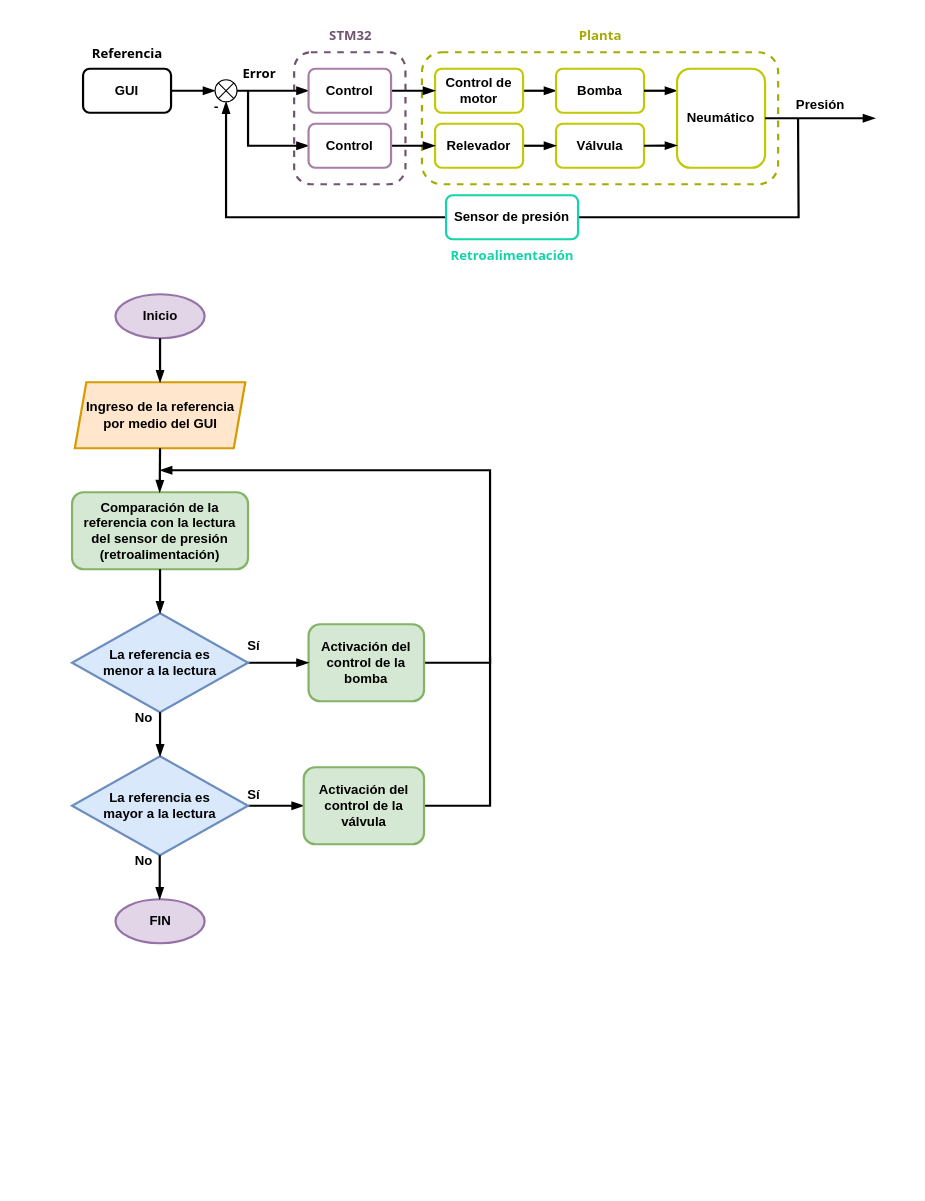
Before: Reto/Sistema de control y diagrama de flujo.drawio in GuillermoGJ03/Repo-Embebidos-Avanzados, a draw.io diagram. Source tidied: cells renumbered, new cells numbered last; positions are measured from the earlier drawing's top-left corner, leaving out a move shared by most shapes. Both pictures are drawn from the tidied source at 110%, with x=0, y=0 at pixel (72, 19).
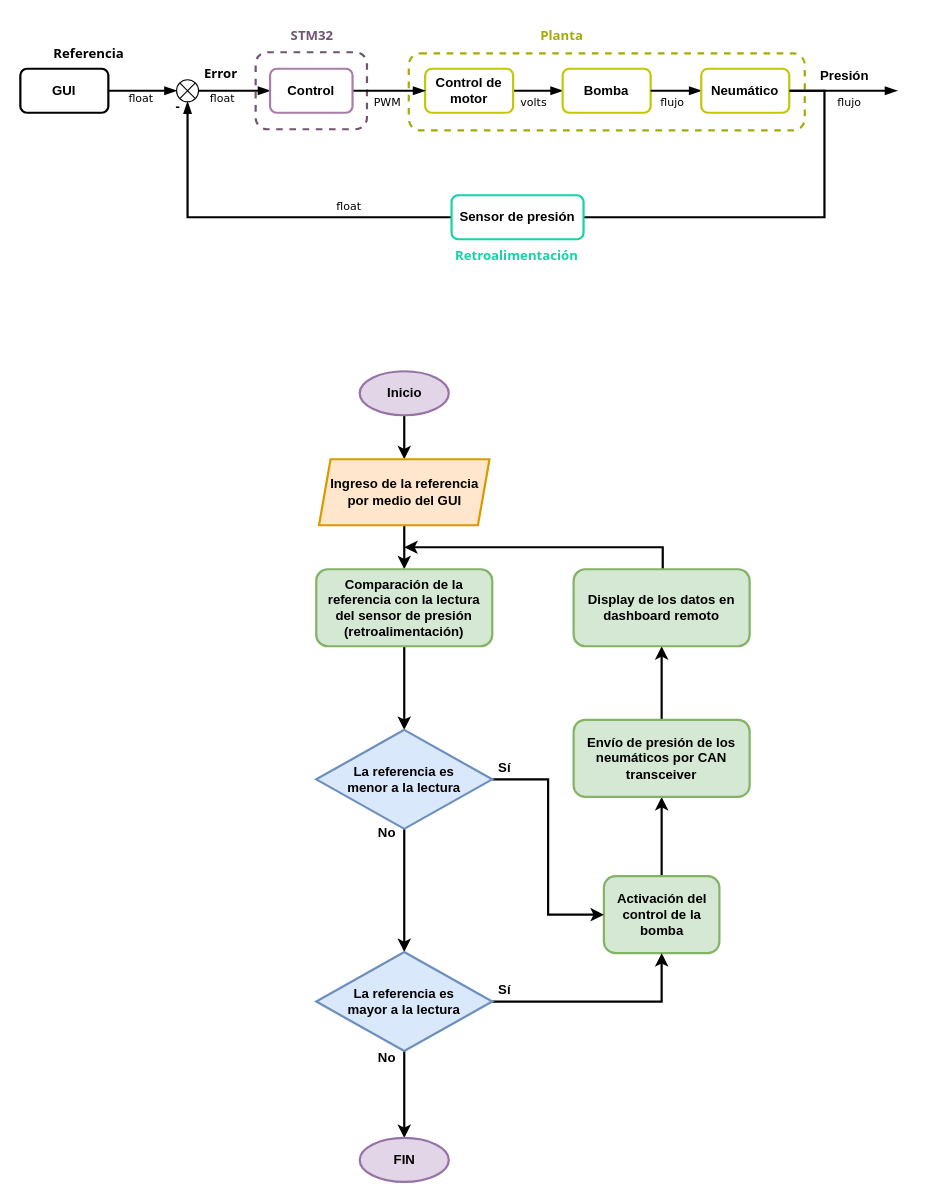
Above is the later version.

Commit message (it also covers changes not shown here):
Cambio diagramas

Change to the diagram source:
```diff
@@
     <mxCell id="2" style="rounded=1;whiteSpace=wrap;html=1;strokeWidth=2;dashed=1;strokeColor=#A4AB03;" parent="1" vertex="1">
-      <mxGeometry x="318.1" y="30" width="323.8" height="120" as="geometry" />
+      <mxGeometry x="306.1" y="31" width="360" height="70" as="geometry" />
     </mxCell>
     <mxCell id="3" style="rounded=1;whiteSpace=wrap;html=1;strokeWidth=2;dashed=1;strokeColor=#705470;" parent="1" vertex="1">
-      <mxGeometry x="201.9" y="30" width="101.2" height="120" as="geometry" />
+      <mxGeometry x="166.9" y="30" width="101.2" height="70" as="geometry" />
     </mxCell>
-    <mxCell id="4" style="endArrow=blockThin;html=1;rounded=0;endFill=1;strokeWidth=2;" parent="1" edge="1">
+    <mxCell id="4" style="endArrow=blockThin;html=1;rounded=0;endFill=1;strokeWidth=2;exitX=1;exitY=0.5;exitDx=0;exitDy=0;" parent="1" edge="1" source="18">
       <mxGeometry relative="1" as="geometry">
-        <mxPoint x="90" y="65" as="sourcePoint" />
-        <mxPoint x="130" y="65" as="targetPoint" />
+        <mxPoint x="95" y="65" as="targetPoint" />
       </mxGeometry>
     </mxCell>
@@
     <mxCell id="6" value="Control de motor" style="rounded=1;whiteSpace=wrap;html=1;strokeWidth=2;fontStyle=1;strokeColor=#C1C904;" parent="1" vertex="1">
-      <mxGeometry x="330" y="45" width="80" height="40" as="geometry" />
+      <mxGeometry x="321" y="45" width="80" height="40" as="geometry" />
     </mxCell>
     <mxCell id="7" style="shape=sumEllipse;perimeter=ellipsePerimeter;whiteSpace=wrap;html=1;backgroundOutline=1;fontSize=19;" parent="1" vertex="1">
-      <mxGeometry x="130" y="55" width="20" height="20" as="geometry" />
+      <mxGeometry x="95" y="55" width="20" height="20" as="geometry" />
     </mxCell>
@@
     <mxCell id="9" value="Bomba" style="rounded=1;whiteSpace=wrap;html=1;strokeWidth=2;fontStyle=1;strokeColor=#C1C904;" parent="1" vertex="1">
-      <mxGeometry x="440" y="45" width="80" height="40" as="geometry" />
+      <mxGeometry x="446" y="45" width="80" height="40" as="geometry" />
     </mxCell>
-    <mxCell id="10" style="endArrow=blockThin;html=1;rounded=0;endFill=1;strokeWidth=2;exitX=1;exitY=0.5;exitDx=0;exitDy=0;" parent="1" edge="1" source="9">
-      <mxGeometry relative="1" as="geometry">
-        <mxPoint x="550" y="65" as="targetPoint" />
-      </mxGeometry>
+    <mxCell id="10" style="endArrow=blockThin;html=1;rounded=0;endFill=1;strokeWidth=2;exitX=1;exitY=0.5;exitDx=0;exitDy=0;entryX=0;entryY=0.5;entryDx=0;entryDy=0;" parent="1" edge="1" source="9" target="27">
+      <mxGeometry relative="1" as="geometry" />
     </mxCell>
@@
     <mxCell id="12" style="edgeStyle=orthogonalEdgeStyle;rounded=0;jettySize=auto;html=1;exitX=1;exitY=0.5;exitDx=0;exitDy=0;endArrow=none;endFill=0;strokeWidth=2;" parent="1" edge="1" source="13">
       <mxGeometry relative="1" as="geometry">
-        <mxPoint x="660" y="90" as="targetPoint" />
+        <mxPoint x="625" y="65" as="targetPoint" />
+        <Array as="points">
+          <mxPoint x="684" y="180" />
+          <mxPoint x="684" y="65" />
+        </Array>
       </mxGeometry>
     </mxCell>
     <mxCell id="13" value="Sensor de presión" style="rounded=1;whiteSpace=wrap;html=1;strokeWidth=2;fontStyle=1;strokeColor=#13D3A8;" parent="1" vertex="1">
-      <mxGeometry x="340" y="160" width="120" height="40" as="geometry" />
+      <mxGeometry x="345" y="160" width="120" height="40" as="geometry" />
     </mxCell>
-    <mxCell id="14" value="Válvula" style="rounded=1;whiteSpace=wrap;html=1;strokeWidth=2;fontStyle=1;strokeColor=#C1C904;" parent="1" vertex="1">
-      <mxGeometry x="440" y="95" width="80" height="40" as="geometry" />
-    </mxCell>
-    <mxCell id="15" style="edgeStyle=orthogonalEdgeStyle;rounded=0;jettySize=auto;html=1;entryX=0;entryY=0.5;entryDx=0;entryDy=0;endArrow=blockThin;endFill=1;exitX=1;exitY=0.5;exitDx=0;exitDy=0;strokeWidth=2;" parent="1" edge="1" source="16" target="14">
-      <mxGeometry relative="1" as="geometry" />
-    </mxCell>
-    <mxCell id="16" value="Relevador" style="rounded=1;whiteSpace=wrap;html=1;strokeWidth=2;fontStyle=1;strokeColor=#C1C904;" parent="1" vertex="1">
-      <mxGeometry x="330" y="95" width="80" height="40" as="geometry" />
-    </mxCell>
-    <mxCell id="17" style="endArrow=blockThin;html=1;rounded=0;endFill=1;entryX=0;entryY=0.5;entryDx=0;entryDy=0;strokeWidth=2;" parent="1" edge="1" target="25">
-      <mxGeometry relative="1" as="geometry">
-        <mxPoint x="160" y="65" as="sourcePoint" />
-        <Array as="points">
-          <mxPoint x="160" y="115" />
-        </Array>
-      </mxGeometry>
-    </mxCell>
     <mxCell id="18" value="GUI" style="rounded=1;whiteSpace=wrap;html=1;strokeWidth=2;fontStyle=1;" parent="1" vertex="1">
-      <mxGeometry x="10" y="45" width="80" height="40" as="geometry" />
+      <mxGeometry x="-47" y="45" width="80" height="40" as="geometry" />
     </mxCell>
     <mxCell id="19" value="Presión" style="text;html=1;align=center;verticalAlign=middle;strokeColor=none;fillColor=none;fontStyle=1;" parent="1" vertex="1">
-      <mxGeometry x="645" y="63" width="70" height="30" as="geometry" />
+      <mxGeometry x="667" y="37" width="70" height="30" as="geometry" />
     </mxCell>
     <mxCell id="20" value="Referencia" style="text;html=1;align=center;verticalAlign=middle;strokeColor=none;fillColor=none;fontFamily=Tahoma;fontStyle=1;" parent="1" vertex="1">
-      <mxGeometry x="5" y="17" width="90" height="30" as="geometry" />
+      <mxGeometry x="-30" y="17" width="90" height="30" as="geometry" />
     </mxCell>
     <mxCell id="21" value="Error" style="text;html=1;align=center;verticalAlign=middle;strokeColor=none;fillColor=none;fontFamily=Tahoma;fontStyle=1;" parent="1" vertex="1">
-      <mxGeometry x="146" y="37" width="48" height="26" as="geometry" />
+      <mxGeometry x="111" y="37" width="48" height="26" as="geometry" />
     </mxCell>
@@
     <mxCell id="23" value="Control" style="rounded=1;whiteSpace=wrap;html=1;strokeWidth=2;fontStyle=1;strokeColor=#A87EA8;" parent="1" vertex="1">
-      <mxGeometry x="215" y="45" width="75" height="40" as="geometry" />
+      <mxGeometry x="180" y="45" width="75" height="40" as="geometry" />
     </mxCell>
-    <mxCell id="24" style="edgeStyle=orthogonalEdgeStyle;rounded=0;jettySize=auto;html=1;exitX=1;exitY=0.5;exitDx=0;exitDy=0;entryX=0;entryY=0.5;entryDx=0;entryDy=0;endArrow=blockThin;endFill=1;strokeWidth=2;" parent="1" edge="1" source="25" target="16">
-      <mxGeometry relative="1" as="geometry" />
-    </mxCell>
-    <mxCell id="25" value="Control" style="rounded=1;whiteSpace=wrap;html=1;strokeWidth=2;fontStyle=1;strokeColor=#A87EA8;" parent="1" vertex="1">
-      <mxGeometry x="215" y="95" width="75" height="40" as="geometry" />
-    </mxCell>
     <mxCell id="26" value="STM32" style="text;html=1;align=center;verticalAlign=middle;strokeColor=none;fillColor=none;fontFamily=Tahoma;fontStyle=1;fontColor=#705470;" parent="1" vertex="1">
-      <mxGeometry x="222.5" width="60" height="30" as="geometry" />
+      <mxGeometry x="187.5" width="60" height="30" as="geometry" />
     </mxCell>
     <mxCell id="27" value="Neumático" style="rounded=1;whiteSpace=wrap;html=1;strokeWidth=2;fontStyle=1;strokeColor=#C1C904;" parent="1" vertex="1">
-      <mxGeometry x="550" y="45" width="80" height="90" as="geometry" />
+      <mxGeometry x="572" y="45" width="80" height="40" as="geometry" />
     </mxCell>
-    <mxCell id="28" style="endArrow=blockThin;html=1;rounded=0;endFill=1;strokeWidth=2;exitX=1;exitY=0.5;exitDx=0;exitDy=0;" parent="1" edge="1" source="14">
-      <mxGeometry relative="1" as="geometry">
-        <mxPoint x="550" y="114.8" as="targetPoint" />
-      </mxGeometry>
-    </mxCell>
     <mxCell id="29" style="endArrow=blockThin;html=1;rounded=0;endFill=1;strokeWidth=2;exitX=1;exitY=0.5;exitDx=0;exitDy=0;" parent="1" edge="1" source="27">
       <mxGeometry relative="1" as="geometry">
-        <mxPoint x="730" y="90" as="targetPoint" />
+        <mxPoint x="750" y="65" as="targetPoint" />
       </mxGeometry>
     </mxCell>
     <mxCell id="30" value="Planta" style="text;html=1;align=center;verticalAlign=middle;strokeColor=none;fillColor=none;fontFamily=Tahoma;fontStyle=1;fontColor=#A4AB03;" parent="1" vertex="1">
-      <mxGeometry x="450" width="60" height="30" as="geometry" />
+      <mxGeometry x="415" width="60" height="30" as="geometry" />
     </mxCell>
     <mxCell id="31" value="Retroalimentación" style="text;html=1;align=center;verticalAlign=middle;strokeColor=none;fillColor=none;fontFamily=Tahoma;fontStyle=1;fontColor=#13D3A8;" parent="1" vertex="1">
-      <mxGeometry x="335" y="200" width="130" height="30" as="geometry" />
+      <mxGeometry x="339" y="200" width="130" height="30" as="geometry" />
     </mxCell>
     <mxCell id="32" value="-" style="text;html=1;align=center;verticalAlign=middle;strokeColor=none;fillColor=none;fontFamily=Tahoma;fontStyle=1;" parent="1" vertex="1">
-      <mxGeometry x="116" y="65" width="30" height="30" as="geometry" />
+      <mxGeometry x="81" y="65" width="30" height="30" as="geometry" />
     </mxCell>
+    <mxCell id="35" style="edgeStyle=orthogonalEdgeStyle;rounded=0;jettySize=auto;html=1;entryX=0.5;entryY=0;entryDx=0;entryDy=0;fontFamily=Verdana;fontSize=10;strokeWidth=2;" parent="1" edge="1" source="33" target="34">
+      <mxGeometry relative="1" as="geometry" />
+    </mxCell>
     <mxCell id="33" value="Inicio" style="ellipse;whiteSpace=wrap;html=1;strokeWidth=2;fontFamily=Helvetica;fontSize=12;fontStyle=1;fillColor=#e1d5e7;strokeColor=#9673a6;" parent="1" vertex="1">
-      <mxGeometry x="39.5" y="250" width="81" height="40" as="geometry" />
+      <mxGeometry x="261.5" y="320" width="81" height="40" as="geometry" />
     </mxCell>
+    <mxCell id="54" style="edgeStyle=orthogonalEdgeStyle;rounded=0;jettySize=auto;html=1;exitX=0.5;exitY=1;exitDx=0;exitDy=0;entryX=0.5;entryY=0;entryDx=0;entryDy=0;fontFamily=Verdana;fontSize=10;strokeWidth=2;" parent="1" edge="1" source="34" target="36">
+      <mxGeometry relative="1" as="geometry" />
+    </mxCell>
     <mxCell id="34" value="Ingreso de la referencia por medio del GUI" style="shape=parallelogram;perimeter=parallelogramPerimeter;whiteSpace=wrap;html=1;fixedSize=1;strokeWidth=2;fontFamily=Helvetica;fontSize=12;fontStyle=1;size=10.500000000000114;fillColor=#ffe6cc;strokeColor=#d79b00;" parent="1" vertex="1">
-      <mxGeometry x="2.5" y="330" width="155" height="60" as="geometry" />
+      <mxGeometry x="224.5" y="400" width="155" height="60" as="geometry" />
     </mxCell>
-    <mxCell id="35" style="endArrow=blockThin;html=1;rounded=0;endFill=1;entryX=0.5;entryY=0;entryDx=0;entryDy=0;strokeWidth=2;exitX=0.5;exitY=1;exitDx=0;exitDy=0;" parent="1" edge="1" source="33" target="34">
-      <mxGeometry relative="1" as="geometry" />
-    </mxCell>
+    <mxCell id="55" style="edgeStyle=orthogonalEdgeStyle;rounded=0;jettySize=auto;html=1;entryX=0.5;entryY=0;entryDx=0;entryDy=0;fontFamily=Verdana;fontSize=10;strokeWidth=2;" parent="1" edge="1" source="36" target="40">
+      <mxGeometry relative="1" as="geometry" />
+    </mxCell>
     <mxCell id="36" value="Comparación de la referencia con la lectura del sensor de presión (retroalimentación)" style="rounded=1;whiteSpace=wrap;html=1;strokeWidth=2;fontStyle=1;fillColor=#d5e8d4;strokeColor=#82b366;" parent="1" vertex="1">
-      <mxGeometry y="430" width="160" height="70" as="geometry" />
+      <mxGeometry x="222" y="500" width="160" height="70" as="geometry" />
     </mxCell>
-    <mxCell id="37" style="rounded=0;jumpSize=4;jettySize=auto;html=1;exitX=1;exitY=0.5;exitDx=0;exitDy=0;strokeWidth=2;fontFamily=Helvetica;fontSize=12;fontColor=#13D3A8;endArrow=blockThin;endFill=1;" parent="1" edge="1" source="38">
-      <mxGeometry relative="1" as="geometry">
-        <mxPoint x="80" y="410" as="targetPoint" />
-        <Array as="points">
-          <mxPoint x="380" y="585" />
-          <mxPoint x="380" y="410" />
-        </Array>
-      </mxGeometry>
-    </mxCell>
+    <mxCell id="56" style="edgeStyle=orthogonalEdgeStyle;rounded=0;jettySize=auto;html=1;fontFamily=Verdana;fontSize=10;strokeWidth=2;" parent="1" edge="1" source="38" target="68">
+      <mxGeometry relative="1" as="geometry" />
+    </mxCell>
     <mxCell id="38" value="Activación del control de la bomba" style="rounded=1;whiteSpace=wrap;html=1;strokeWidth=2;fontStyle=1;fillColor=#d5e8d4;strokeColor=#82b366;" parent="1" vertex="1">
-      <mxGeometry x="215" y="550" width="105" height="70" as="geometry" />
+      <mxGeometry x="483.5" y="779" width="105" height="70" as="geometry" />
     </mxCell>
+    <mxCell id="57" style="edgeStyle=orthogonalEdgeStyle;rounded=0;jettySize=auto;html=1;entryX=0.5;entryY=0;entryDx=0;entryDy=0;fontFamily=Verdana;fontSize=10;strokeWidth=2;" parent="1" edge="1" source="40" target="42">
+      <mxGeometry relative="1" as="geometry" />
+    </mxCell>
-    <mxCell id="39" style="edgeStyle=entityRelationEdgeStyle;rounded=0;jumpSize=4;jettySize=auto;html=1;exitX=1;exitY=0.5;exitDx=0;exitDy=0;entryX=0;entryY=0.5;entryDx=0;entryDy=0;strokeWidth=2;fontFamily=Helvetica;fontSize=12;fontColor=#13D3A8;endArrow=blockThin;endFill=1;" parent="1" edge="1" source="40" target="38">
+    <mxCell id="39" style="edgeStyle=orthogonalEdgeStyle;rounded=0;jettySize=auto;html=1;entryX=0;entryY=0.5;entryDx=0;entryDy=0;fontFamily=Verdana;fontSize=10;strokeWidth=2;" parent="1" edge="1" source="40" target="38">
       <mxGeometry relative="1" as="geometry" />
     </mxCell>
     <mxCell id="40" value="&lt;b&gt;La referencia es &lt;br&gt;menor a la lectura&lt;/b&gt;" style="rhombus;whiteSpace=wrap;html=1;strokeWidth=2;fontFamily=Helvetica;fontSize=12;fillColor=#dae8fc;strokeColor=#6c8ebf;" parent="1" vertex="1">
-      <mxGeometry y="540" width="160" height="90" as="geometry" />
+      <mxGeometry x="222" y="646" width="160" height="90" as="geometry" />
     </mxCell>
-    <mxCell id="41" style="edgeStyle=entityRelationEdgeStyle;rounded=0;jumpSize=4;jettySize=auto;html=1;exitX=1;exitY=0.5;exitDx=0;exitDy=0;entryX=0;entryY=0.5;entryDx=0;entryDy=0;strokeWidth=2;fontFamily=Helvetica;fontSize=12;fontColor=#13D3A8;endArrow=blockThin;endFill=1;" parent="1" edge="1" source="42" target="44">
-      <mxGeometry relative="1" as="geometry" />
-    </mxCell>
+    <mxCell id="58" style="edgeStyle=orthogonalEdgeStyle;rounded=0;jettySize=auto;html=1;fontFamily=Verdana;fontSize=10;strokeWidth=2;" parent="1" edge="1" source="42" target="48">
+      <mxGeometry relative="1" as="geometry" />
+    </mxCell>
+    <mxCell id="59" style="edgeStyle=orthogonalEdgeStyle;rounded=0;jettySize=auto;html=1;entryX=0.5;entryY=1;entryDx=0;entryDy=0;fontFamily=Verdana;fontSize=10;strokeWidth=2;" parent="1" edge="1" source="42" target="38">
+      <mxGeometry relative="1" as="geometry" />
+    </mxCell>
     <mxCell id="42" value="&lt;b&gt;La referencia es &lt;br&gt;mayor a la lectura&lt;/b&gt;" style="rhombus;whiteSpace=wrap;html=1;strokeWidth=2;fontFamily=Helvetica;fontSize=12;fillColor=#dae8fc;strokeColor=#6c8ebf;" parent="1" vertex="1">
-      <mxGeometry y="670" width="160" height="90" as="geometry" />
+      <mxGeometry x="222" y="848" width="160" height="90" as="geometry" />
     </mxCell>
-    <mxCell id="43" style="edgeStyle=none;rounded=0;jumpSize=4;jettySize=auto;html=1;exitX=1;exitY=0.5;exitDx=0;exitDy=0;strokeWidth=2;fontFamily=Helvetica;fontSize=12;fontColor=#13D3A8;endArrow=none;endFill=0;" parent="1" edge="1" source="44">
-      <mxGeometry relative="1" as="geometry">
-        <mxPoint x="380" y="580" as="targetPoint" />
-        <Array as="points">
-          <mxPoint x="380" y="715" />
-        </Array>
-      </mxGeometry>
-    </mxCell>
-    <mxCell id="44" value="Activación del control de la válvula" style="rounded=1;whiteSpace=wrap;html=1;strokeWidth=2;fontStyle=1;fillColor=#d5e8d4;strokeColor=#82b366;" parent="1" vertex="1">
-      <mxGeometry x="210.6" y="680" width="109.4" height="70" as="geometry" />
-    </mxCell>
-    <mxCell id="45" style="endArrow=blockThin;html=1;rounded=0;endFill=1;entryX=0.5;entryY=0;entryDx=0;entryDy=0;strokeWidth=2;" parent="1" edge="1">
-      <mxGeometry relative="1" as="geometry">
-        <mxPoint x="80" y="390" as="sourcePoint" />
-        <mxPoint x="79.7" y="430" as="targetPoint" />
-      </mxGeometry>
-    </mxCell>
-    <mxCell id="46" style="endArrow=blockThin;html=1;rounded=0;endFill=1;strokeWidth=2;" parent="1" edge="1">
-      <mxGeometry relative="1" as="geometry">
-        <mxPoint x="80" y="500" as="sourcePoint" />
-        <mxPoint x="80" y="540" as="targetPoint" />
-      </mxGeometry>
-    </mxCell>
-    <mxCell id="47" style="endArrow=blockThin;html=1;rounded=0;endFill=1;strokeWidth=2;" parent="1" edge="1">
-      <mxGeometry relative="1" as="geometry">
-        <mxPoint x="80" y="630" as="sourcePoint" />
-        <mxPoint x="80" y="670" as="targetPoint" />
-      </mxGeometry>
-    </mxCell>
     <mxCell id="48" value="FIN" style="ellipse;whiteSpace=wrap;html=1;strokeWidth=2;fontFamily=Helvetica;fontSize=12;fontStyle=1;fillColor=#e1d5e7;strokeColor=#9673a6;" parent="1" vertex="1">
-      <mxGeometry x="39.5" y="800" width="81" height="40" as="geometry" />
+      <mxGeometry x="261.5" y="1017" width="81" height="40" as="geometry" />
     </mxCell>
-    <mxCell id="49" style="endArrow=blockThin;html=1;rounded=0;endFill=1;strokeWidth=2;" parent="1" edge="1">
-      <mxGeometry relative="1" as="geometry">
-        <mxPoint x="79.7" y="760" as="sourcePoint" />
-        <mxPoint x="79.7" y="800" as="targetPoint" />
-      </mxGeometry>
-    </mxCell>
     <mxCell id="50" value="Sí" style="text;html=1;align=center;verticalAlign=middle;strokeColor=none;fillColor=none;fontSize=12;fontFamily=Helvetica;fontColor=#000000;fontStyle=1;" parent="1" vertex="1">
-      <mxGeometry x="150" y="555" width="30" height="30" as="geometry" />
+      <mxGeometry x="378" y="666" width="30" height="30" as="geometry" />
     </mxCell>
     <mxCell id="51" value="Sí" style="text;html=1;align=center;verticalAlign=middle;strokeColor=none;fillColor=none;fontSize=12;fontFamily=Helvetica;fontColor=#000000;fontStyle=1;" parent="1" vertex="1">
-      <mxGeometry x="150" y="690" width="30" height="30" as="geometry" />
+      <mxGeometry x="378" y="868" width="30" height="30" as="geometry" />
     </mxCell>
     <mxCell id="52" value="No" style="text;html=1;align=center;verticalAlign=middle;strokeColor=none;fillColor=none;fontSize=12;fontFamily=Helvetica;fontColor=#000000;fontStyle=1;" parent="1" vertex="1">
-      <mxGeometry x="45" y="620" width="40" height="30" as="geometry" />
+      <mxGeometry x="266" y="725" width="40" height="30" as="geometry" />
     </mxCell>
     <mxCell id="53" value="No" style="text;html=1;align=center;verticalAlign=middle;strokeColor=none;fillColor=none;fontSize=12;fontFamily=Helvetica;fontColor=#000000;fontStyle=1;" parent="1" vertex="1">
-      <mxGeometry x="45" y="750" width="40" height="30" as="geometry" />
+      <mxGeometry x="266" y="929" width="40" height="30" as="geometry" />
     </mxCell>
+    <mxCell id="60" value="float" style="text;html=1;strokeColor=none;fillColor=none;align=center;verticalAlign=middle;whiteSpace=wrap;rounded=0;fontStyle=0;fontSize=10;fontFamily=Verdana;" parent="1" vertex="1">
+      <mxGeometry x="33" y="57" width="60" height="30" as="geometry" />
+    </mxCell>
+    <mxCell id="61" value="float" style="text;html=1;strokeColor=none;fillColor=none;align=center;verticalAlign=middle;whiteSpace=wrap;rounded=0;fontStyle=0;fontSize=10;fontFamily=Verdana;" parent="1" vertex="1">
+      <mxGeometry x="106.9" y="57" width="60" height="30" as="geometry" />
+    </mxCell>
+    <mxCell id="62" value="PWM" style="text;html=1;strokeColor=none;fillColor=none;align=center;verticalAlign=middle;whiteSpace=wrap;rounded=0;fontStyle=0;fontSize=10;fontFamily=Verdana;" parent="1" vertex="1">
+      <mxGeometry x="256.5" y="60" width="60" height="30" as="geometry" />
+    </mxCell>
+    <mxCell id="63" value="volts" style="text;html=1;strokeColor=none;fillColor=none;align=center;verticalAlign=middle;whiteSpace=wrap;rounded=0;fontStyle=0;fontSize=10;fontFamily=Verdana;" parent="1" vertex="1">
+      <mxGeometry x="390" y="66.5" width="60" height="17" as="geometry" />
+    </mxCell>
+    <mxCell id="64" value="flujo" style="text;html=1;strokeColor=none;fillColor=none;align=center;verticalAlign=middle;whiteSpace=wrap;rounded=0;fontStyle=0;fontSize=10;fontFamily=Verdana;" parent="1" vertex="1">
+      <mxGeometry x="516" y="60" width="60" height="30" as="geometry" />
+    </mxCell>
+    <mxCell id="65" value="flujo" style="text;html=1;strokeColor=none;fillColor=none;align=center;verticalAlign=middle;whiteSpace=wrap;rounded=0;fontStyle=0;fontSize=10;fontFamily=Verdana;" parent="1" vertex="1">
+      <mxGeometry x="677" y="60" width="60" height="30" as="geometry" />
+    </mxCell>
+    <mxCell id="66" value="float" style="text;html=1;strokeColor=none;fillColor=none;align=center;verticalAlign=middle;whiteSpace=wrap;rounded=0;fontStyle=0;fontSize=10;fontFamily=Verdana;" parent="1" vertex="1">
+      <mxGeometry x="222" y="155" width="60" height="30" as="geometry" />
+    </mxCell>
+    <mxCell id="67" style="edgeStyle=orthogonalEdgeStyle;rounded=0;jettySize=auto;html=1;fontFamily=Verdana;fontSize=10;strokeWidth=2;" parent="1" edge="1" source="68" target="70">
+      <mxGeometry relative="1" as="geometry" />
+    </mxCell>
+    <mxCell id="68" value="Envío de presión de los neumáticos por CAN transceiver" style="rounded=1;whiteSpace=wrap;html=1;strokeWidth=2;fontStyle=1;fillColor=#d5e8d4;strokeColor=#82b366;" parent="1" vertex="1">
+      <mxGeometry x="456" y="637" width="160" height="70" as="geometry" />
+    </mxCell>
+    <mxCell id="69" style="edgeStyle=orthogonalEdgeStyle;rounded=0;orthogonalLoop=1;jettySize=auto;html=1;fontFamily=Verdana;fontSize=10;strokeWidth=2;" parent="1" edge="1">
+      <mxGeometry relative="1" as="geometry">
+        <mxPoint x="537" y="490" as="sourcePoint" />
+        <mxPoint x="302" y="480" as="targetPoint" />
+        <Array as="points">
+          <mxPoint x="537" y="500" />
+          <mxPoint x="537" y="480" />
+        </Array>
+      </mxGeometry>
+    </mxCell>
+    <mxCell id="70" value="Display de los datos en dashboard remoto" style="rounded=1;whiteSpace=wrap;html=1;strokeWidth=2;fontStyle=1;fillColor=#d5e8d4;strokeColor=#82b366;" parent="1" vertex="1">
+      <mxGeometry x="456" y="500" width="160" height="70" as="geometry" />
+    </mxCell>
```
